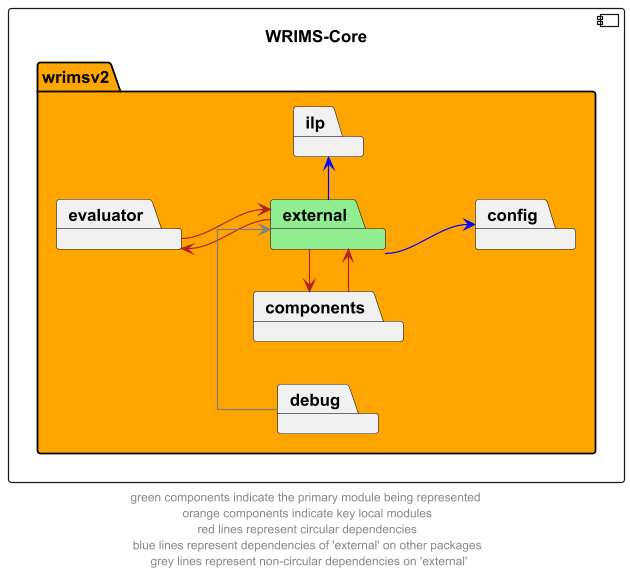
This is docs/diagrams/wrims-core/wrims-core_external.png from CentralValleyModeling/wrims, a PlantUML export, as it was before one commit.
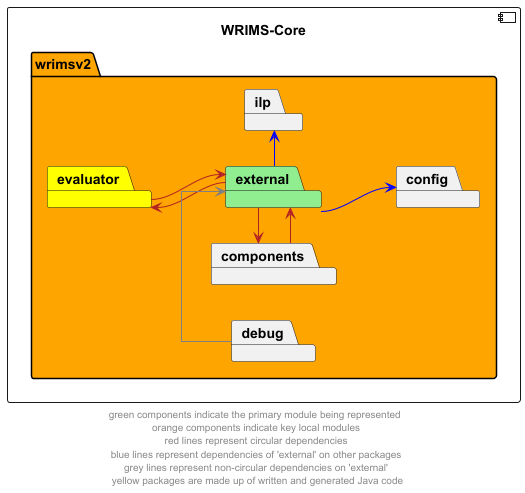
Later version of the same file.

The edit, as a diff of the source:
```diff
@@ -8,7 +8,7 @@
         package components
         package config
         package debug
-        package evaluator
+        package evaluator #yellow
         package ilp
     }
 }
@@ -26,5 +26,5 @@
 
 components -u[hidden]-> evaluator
 
-footer "green components indicate the primary module being represented \n orange components indicate key local modules \n red lines represent circular dependencies \n blue lines represent dependencies of 'external' on other packages \n grey lines represent non-circular dependencies on 'external'"
+footer "green components indicate the primary module being represented \n orange components indicate key local modules \n red lines represent circular dependencies \n blue lines represent dependencies of 'external' on other packages \n grey lines represent non-circular dependencies on 'external' \n yellow packages are made up of written and generated Java code"
 @enduml
```
